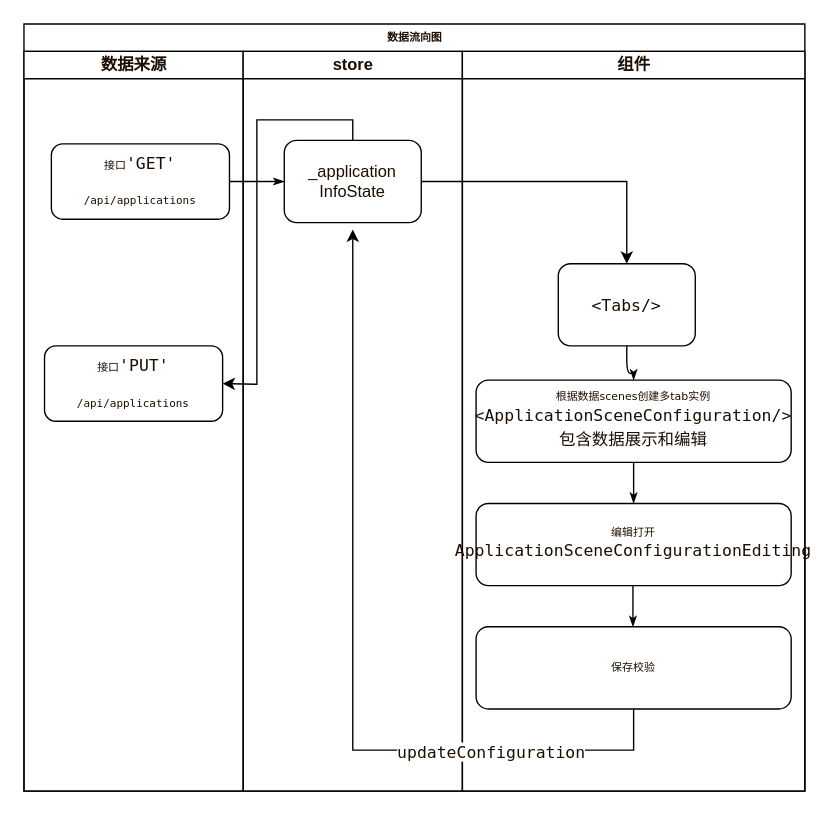
Earlier version of the draw.io diagram j/外部预算系统.drawio (littlelady2015/yctea). Source tidied: cells renumbered, new cells numbered last; positions are measured from the earlier drawing's top-left corner, leaving out a move shared by most shapes. Both pictures are drawn from the tidied source at 137%, with x=0, y=0 at pixel (23, 23).
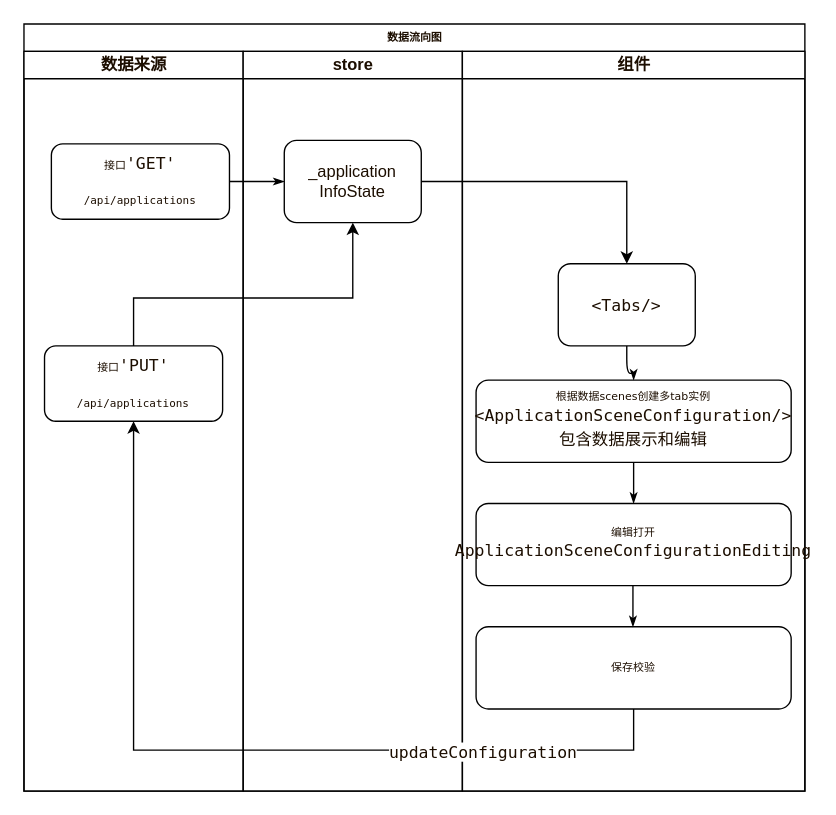
The same diagram, later.

Commit message:
更新外部预算系统数据流.drawio

The change refers to these unchanged cells:
```xml
<mxCell id="2" value="数据流向图" style="swimlane;html=1;startSize=20;rounded=0;shadow=0;labelBackgroundColor=none;strokeWidth=1;fontFamily=Verdana;fontSize=8;align=center;fontColor=#1C0E00;" parent="1" vertex="1">
  <mxGeometry width="570" height="560" as="geometry" />
</mxCell>
<mxCell id="5" value="&lt;p style=&quot;line-height: 18px;&quot;&gt;&lt;font style=&quot;&quot; face=&quot;Menlo, Monaco, Courier New, monospace&quot;&gt;接口&lt;/font&gt;&lt;span style=&quot;font-family: Menlo, Monaco, &amp;quot;Courier New&amp;quot;, monospace; font-size: 12px;&quot;&gt;'PUT'&lt;/span&gt;&lt;/p&gt;&lt;p style=&quot;line-height: 18px;&quot;&gt;&lt;font style=&quot;&quot; face=&quot;Menlo, Monaco, Courier New, monospace&quot;&gt;/api/applications&lt;/font&gt;&lt;br&gt;&lt;/p&gt;" style="rounded=1;whiteSpace=wrap;html=1;shadow=0;labelBackgroundColor=none;strokeWidth=1;fontFamily=Verdana;fontSize=8;align=center;fontColor=#1C0E00;" parent="3" vertex="1">
  <mxGeometry x="15" y="215" width="130" height="55" as="geometry" />
</mxCell>
<mxCell id="8" value="&lt;p&gt;&lt;font face=&quot;Helvetica&quot;&gt;&lt;span style=&quot;font-size: 12px;&quot;&gt;_application&lt;br&gt;&lt;/span&gt;&lt;span style=&quot;font-size: 12px;&quot;&gt;InfoState&lt;/span&gt;&lt;/font&gt;&lt;/p&gt;" style="rounded=1;whiteSpace=wrap;html=1;shadow=0;labelBackgroundColor=none;strokeWidth=1;fontFamily=Verdana;fontSize=8;align=center;fontColor=#1C0E00;" parent="7" vertex="1">
  <mxGeometry x="30" y="65" width="100" height="60" as="geometry" />
</mxCell>
<mxCell id="15" value="保存校验" style="rounded=1;whiteSpace=wrap;html=1;shadow=0;labelBackgroundColor=none;strokeWidth=1;fontFamily=Verdana;fontSize=8;align=center;fontColor=#1C0E00;" parent="9" vertex="1">
  <mxGeometry x="10" y="420" width="230" height="60" as="geometry" />
</mxCell>
```

What changed in the source:
```diff
@@
-    <mxCell id="18" style="endArrow=classic;html=1;rounded=0;fontFamily=Helvetica;fontColor=#1C0E00;jumpSize=0;exitX=0.5;exitY=0;exitDx=0;exitDy=0;entryX=1;entryY=0.5;entryDx=0;entryDy=0;labelBackgroundColor=none;" parent="2" edge="1" source="8" target="5">
-      <mxGeometry relative="1" as="geometry">
-        <Array as="points">
-          <mxPoint x="240" y="70" />
-          <mxPoint x="170" y="70" />
-          <mxPoint x="170" y="170" />
-          <mxPoint x="170" y="263" />
-        </Array>
-      </mxGeometry>
-    </mxCell>
-    <mxCell id="19" style="endArrow=classic;html=1;rounded=0;fontFamily=Helvetica;fontColor=#1C0E00;exitX=0.5;exitY=1;exitDx=0;exitDy=0;labelBackgroundColor=none;" parent="1" edge="1" source="15">
+    <mxCell id="19" style="endArrow=classic;html=1;rounded=0;fontFamily=Helvetica;fontColor=#1C0E00;exitX=0.5;exitY=1;exitDx=0;exitDy=0;labelBackgroundColor=none;entryX=0.5;entryY=1;entryDx=0;entryDy=0;" parent="2" edge="1" source="15" target="5">
       <mxGeometry relative="1" as="geometry">
-        <mxPoint x="240" y="150" as="targetPoint" />
         <Array as="points">
           <mxPoint x="445" y="530" />
-          <mxPoint x="240" y="530" />
+          <mxPoint x="80" y="530" />
         </Array>
       </mxGeometry>
     </mxCell>
@@
+    <mxCell id="21" style="endArrow=classic;html=1;rounded=0;exitX=0.5;exitY=0;exitDx=0;exitDy=0;entryX=0.5;entryY=1;entryDx=0;entryDy=0;" parent="2" edge="1" source="5" target="8">
+      <mxGeometry relative="1" as="geometry">
+        <Array as="points">
+          <mxPoint x="80" y="200" />
+          <mxPoint x="240" y="200" />
+        </Array>
+      </mxGeometry>
+    </mxCell>
```
